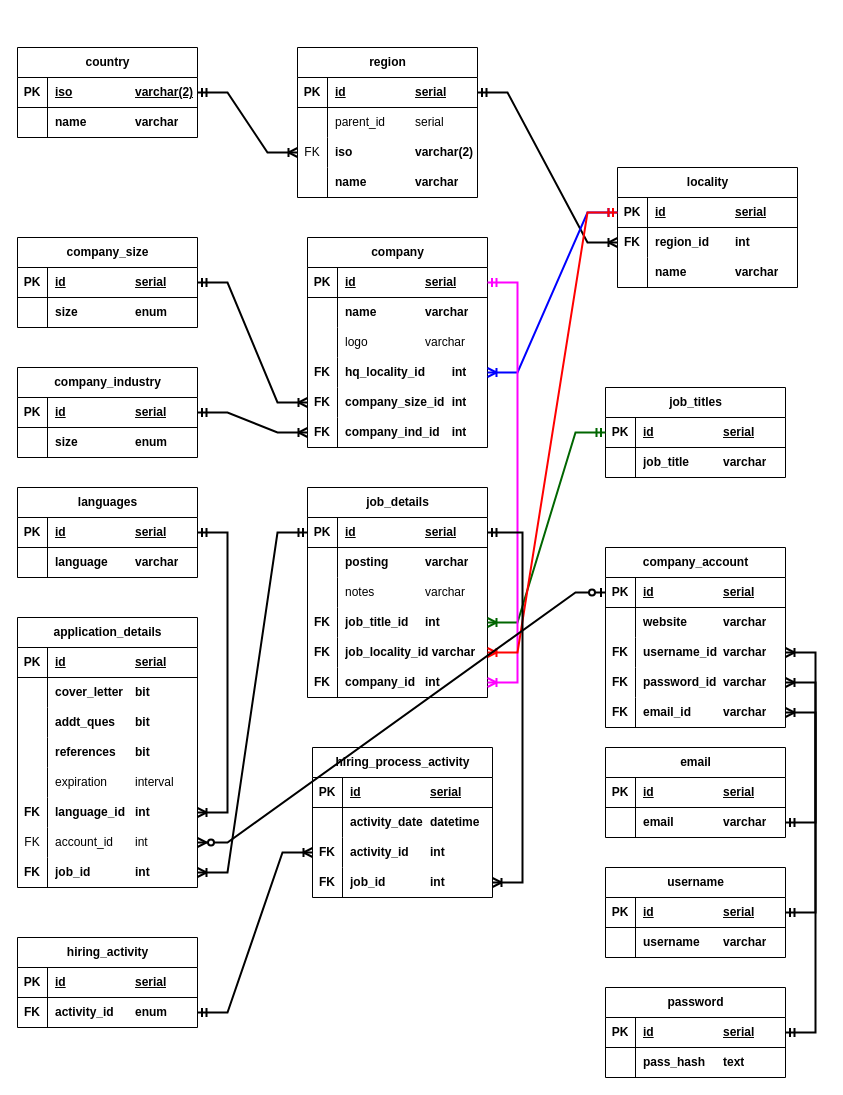
Earlier version of the draw.io diagram Job_Search_DB.drawio (gdshoda/JobSearch). Source tidied: cells renumbered, new cells numbered last; positions are measured from the earlier drawing's top-left corner, leaving out a move shared by most shapes. Both pictures are drawn from the tidied source at 100%, with x=0, y=0 at pixel (17, 47).
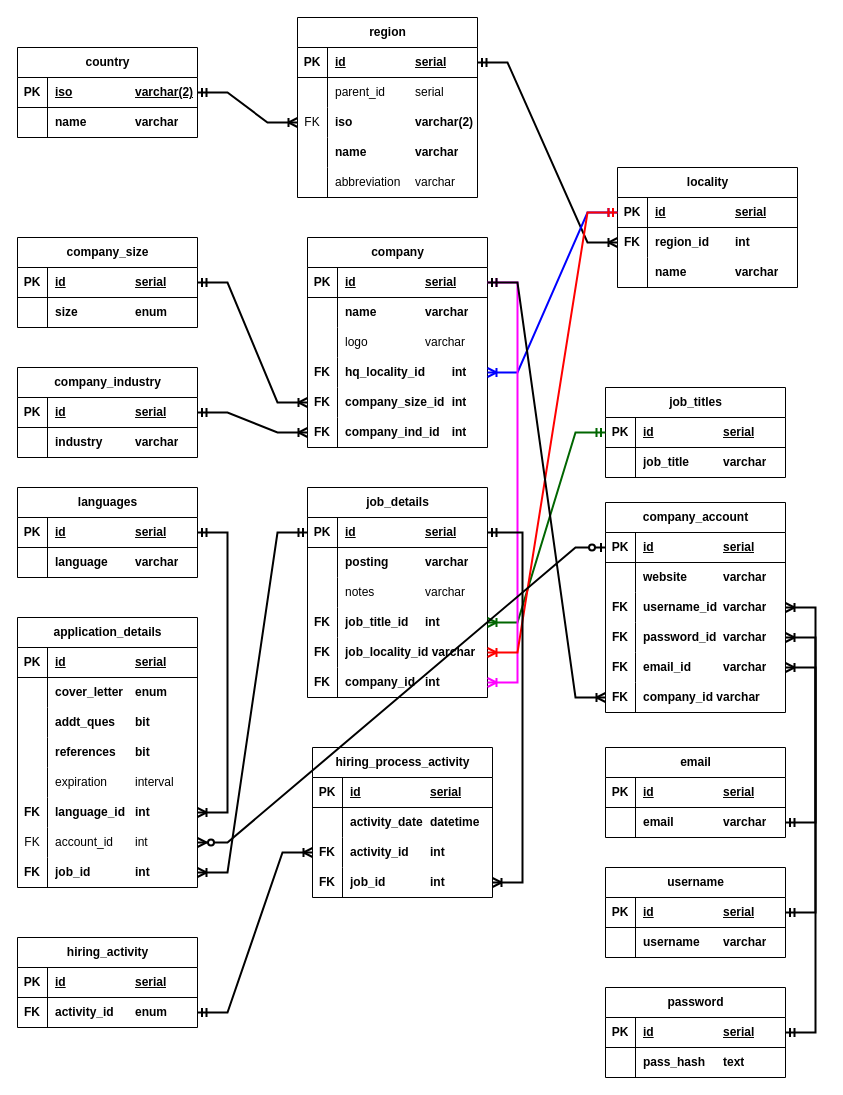
The same diagram, later.

The change refers to these unchanged cells:
```xml
<mxCell id="45" style="shape=tableRow;horizontal=0;startSize=0;swimlaneHead=0;swimlaneBody=0;fillColor=none;top=0;left=0;right=0;bottom=0;" parent="41" vertex="1">
  <mxGeometry y="60" width="180" height="30" as="geometry" />
</mxCell>
<mxCell id="49" style="shape=tableRow;horizontal=0;startSize=0;swimlaneHead=0;swimlaneBody=0;fillColor=none;points=[[0,0.5],[1,0.5]];portConstraint=eastwest;top=0;left=0;right=0;bottom=1;" parent="48" vertex="1">
  <mxGeometry y="30" width="180" height="30" as="geometry" />
</mxCell>
<mxCell id="103" style="shape=tableRow;horizontal=0;startSize=0;swimlaneHead=0;swimlaneBody=0;fillColor=none;top=0;left=0;right=0;bottom=0;" parent="99" vertex="1">
  <mxGeometry y="60" width="180" height="30" as="geometry" />
</mxCell>
```

The edit, as a diff of the source:
```diff
@@
     <mxCell id="9" value="region" style="shape=table;startSize=30;childLayout=tableLayout;rowLines=0;fontStyle=1;align=center;html=1;" parent="1" vertex="1">
-      <mxGeometry x="280" width="180" height="150" as="geometry" />
+      <mxGeometry x="280" y="-30" width="180" height="180" as="geometry" />
     </mxCell>
@@
+    <mxCell id="196" style="shape=tableRow;horizontal=0;startSize=0;swimlaneHead=0;swimlaneBody=0;fillColor=none;top=0;left=0;right=0;bottom=0;fontStyle=0;" parent="9" vertex="1">
+      <mxGeometry y="150" width="180" height="30" as="geometry" />
+    </mxCell>
+    <mxCell id="197" style="shape=partialRectangle;fillColor=none;top=0;left=0;bottom=0;right=0;overflow=hidden;whiteSpace=wrap;html=1;" parent="196" vertex="1">
+      <mxGeometry width="30" height="30" as="geometry" />
+    </mxCell>
+    <mxCell id="198" value="abbreviation &lt;span style=&quot;white-space: pre;&quot;&gt;&#9;&lt;/span&gt;varchar" style="shape=partialRectangle;fillColor=none;top=0;left=0;bottom=0;right=0;align=left;spacingLeft=6;overflow=hidden;whiteSpace=wrap;html=1;fontStyle=0;" parent="196" vertex="1">
+      <mxGeometry x="30" width="150" height="30" as="geometry" />
+    </mxCell>
@@
-    <mxCell id="47" value="size&lt;span style=&quot;white-space: pre;&quot;&gt;&#9;&lt;/span&gt;&lt;span style=&quot;white-space: pre;&quot;&gt;&#9;&lt;/span&gt;&lt;span style=&quot;white-space: pre;&quot;&gt;&#9;&lt;/span&gt;enum" style="shape=partialRectangle;fillColor=none;top=0;left=0;bottom=0;right=0;align=left;spacingLeft=6;overflow=hidden;whiteSpace=wrap;html=1;fontStyle=1;" parent="45" vertex="1">
+    <mxCell id="47" value="industry&lt;span style=&quot;white-space: pre;&quot;&gt;&#9;&lt;/span&gt;&lt;span style=&quot;white-space: pre;&quot;&gt;&#9;&lt;/span&gt;varchar" style="shape=partialRectangle;fillColor=none;top=0;left=0;bottom=0;right=0;align=left;spacingLeft=6;overflow=hidden;whiteSpace=wrap;html=1;fontStyle=1;" parent="45" vertex="1">
       <mxGeometry x="30" width="150" height="30" as="geometry" />
     </mxCell>
@@
-    <mxCell id="105" value="&lt;b&gt;cover_letter&lt;span style=&quot;white-space: pre;&quot;&gt;&#9;&lt;/span&gt;bit&lt;/b&gt;" style="shape=partialRectangle;fillColor=none;top=0;left=0;bottom=0;right=0;align=left;spacingLeft=6;overflow=hidden;whiteSpace=wrap;html=1;" parent="103" vertex="1">
+    <mxCell id="105" value="&lt;b&gt;cover_letter&lt;span style=&quot;white-space: pre;&quot;&gt;&#9;&lt;/span&gt;enum&lt;/b&gt;" style="shape=partialRectangle;fillColor=none;top=0;left=0;bottom=0;right=0;align=left;spacingLeft=6;overflow=hidden;whiteSpace=wrap;html=1;" parent="103" vertex="1">
       <mxGeometry x="30" width="150" height="30" as="geometry" />
     </mxCell>
@@
     <mxCell id="155" value="company_account" style="shape=table;startSize=30;childLayout=tableLayout;rowLines=0;fontStyle=1;align=center;html=1;" parent="1" vertex="1">
-      <mxGeometry x="588" y="500" width="180" height="180" as="geometry" />
+      <mxGeometry x="588" y="455" width="180" height="210" as="geometry" />
     </mxCell>
@@
+    <mxCell id="199" style="shape=tableRow;horizontal=0;startSize=0;swimlaneHead=0;swimlaneBody=0;fillColor=none;points=[[0,0.5],[1,0.5]];portConstraint=eastwest;top=0;left=0;right=0;bottom=0;" parent="155" vertex="1">
+      <mxGeometry y="180" width="180" height="30" as="geometry" />
+    </mxCell>
+    <mxCell id="200" value="FK" style="shape=partialRectangle;fillColor=none;top=0;left=0;bottom=0;right=0;overflow=hidden;whiteSpace=wrap;html=1;fontStyle=1;" parent="199" vertex="1">
+      <mxGeometry width="30" height="30" as="geometry" />
+    </mxCell>
+    <mxCell id="201" value="company_id varchar" style="shape=partialRectangle;fillColor=none;top=0;left=0;bottom=0;right=0;align=left;spacingLeft=6;overflow=hidden;whiteSpace=wrap;html=1;fontStyle=1;" parent="199" vertex="1">
+      <mxGeometry x="30" width="150" height="30" as="geometry" />
+    </mxCell>
@@
+    <mxCell id="202" style="edgeStyle=entityRelationEdgeStyle;fontSize=12;html=1;endArrow=ERoneToMany;startArrow=ERmandOne;rounded=0;strokeWidth=2;exitX=1;exitY=0.5;exitDx=0;exitDy=0;" parent="1" edge="1" source="49" target="199">
+      <mxGeometry relative="1" as="geometry">
+        <Array as="points">
+          <mxPoint x="514" y="840" />
+        </Array>
+      </mxGeometry>
+    </mxCell>
```
